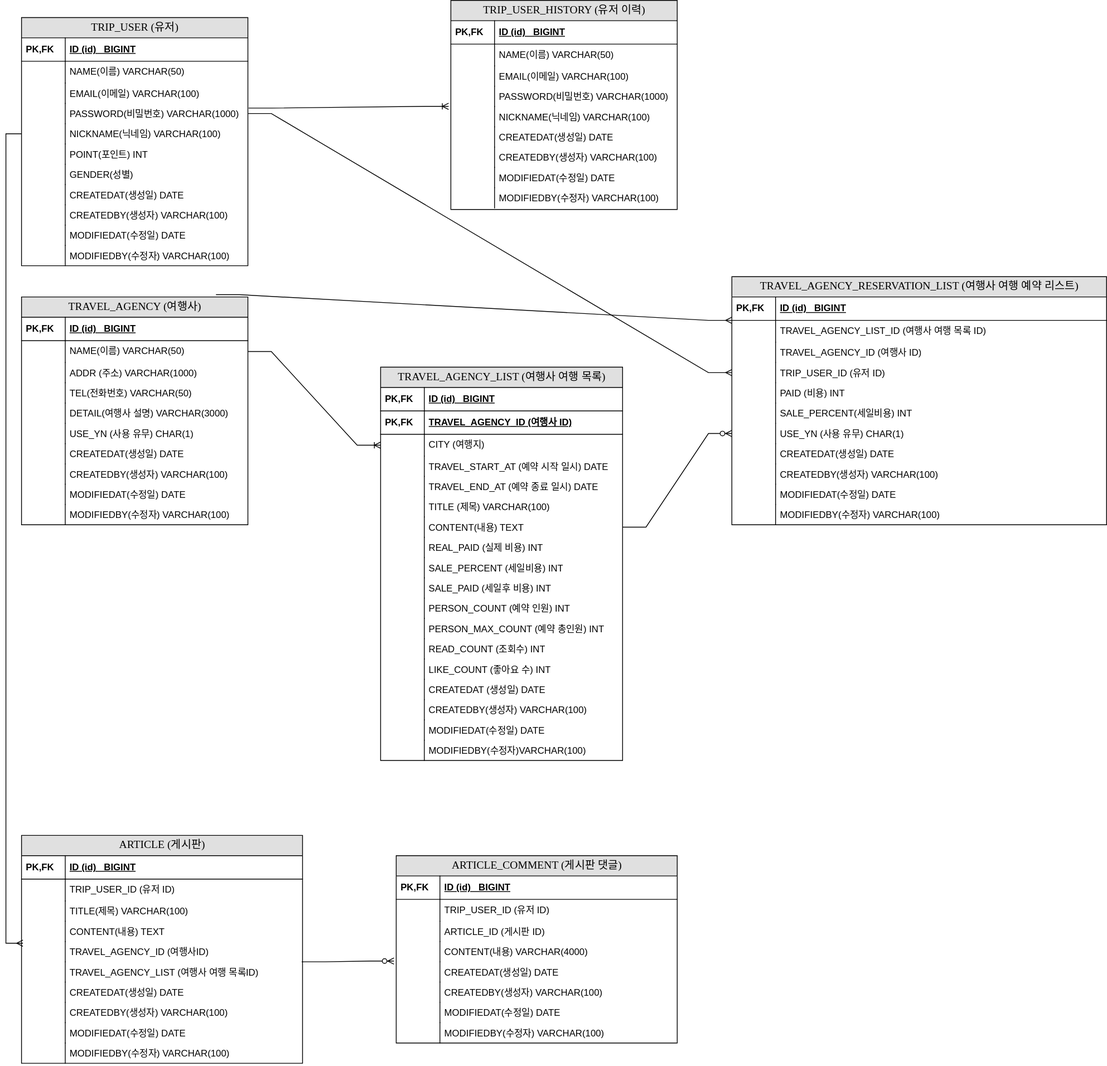
yang-hyunwoo/board-site keeps this draw.io diagram as document/여행 사이트 ERD 다이어그램.drawio.svg. Above is the earlier version. Source tidied: cells renumbered, new cells last; positions are measured from the earlier drawing's top-left corner, leaving out a move shared by most shapes.
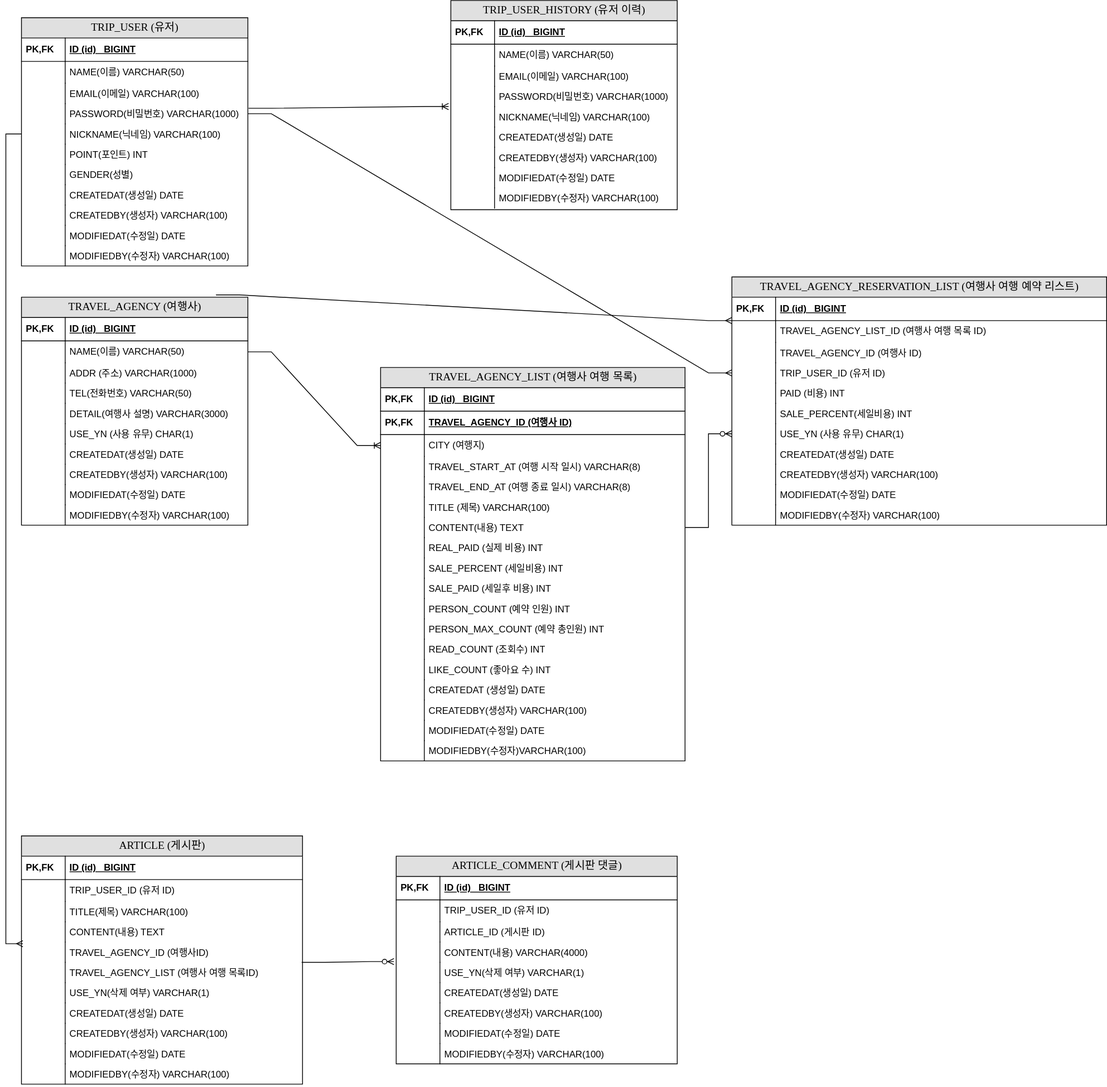
The same diagram one commit later.

Commit message:
여행 사이트 ERD 다이어그램.drawio.svg 업데이트

Change to the diagram source:
```diff
@@ -197,6 +197,6 @@
     <mxCell id="66" value="TRAVEL_AGENCY_LIST (여행사 여행 목록)" style="swimlane;html=1;fontStyle=0;horizontal=1;startSize=26;fillColor=#e0e0e0;swimlaneFillColor=#ffffff;align=center;rounded=0;shadow=0;comic=0;labelBackgroundColor=none;strokeWidth=1;fontFamily=Verdana;fontSize=14;" parent="1" vertex="1">
-      <mxGeometry x="460" y="470" width="310" height="504" as="geometry" />
+      <mxGeometry x="460" y="470" width="390" height="504" as="geometry" />
     </mxCell>
     <mxCell id="67" value="ID (id)&amp;nbsp; &amp;nbsp;BIGINT" style="shape=partialRectangle;top=0;left=0;right=0;bottom=1;html=1;align=left;verticalAlign=middle;fillColor=none;spacingLeft=60;spacingRight=4;whiteSpace=wrap;overflow=hidden;fontStyle=5;" parent="66" vertex="1">
-      <mxGeometry y="26" width="310" height="30" as="geometry" />
+      <mxGeometry y="26" width="390" height="30" as="geometry" />
     </mxCell>
@@ -206,3 +206,3 @@
     <mxCell id="69" value="TRAVEL_AGENCY_ID (여행사 ID)" style="shape=partialRectangle;top=0;left=0;right=0;bottom=1;html=1;align=left;verticalAlign=middle;fillColor=none;spacingLeft=60;spacingRight=4;whiteSpace=wrap;overflow=hidden;fontStyle=5;" parent="66" vertex="1">
-      <mxGeometry y="56" width="310" height="30" as="geometry" />
+      <mxGeometry y="56" width="390" height="30" as="geometry" />
     </mxCell>
@@ -212,3 +212,3 @@
     <mxCell id="71" value="CITY (여행지)" style="shape=partialRectangle;top=0;left=0;right=0;bottom=0;html=1;align=left;verticalAlign=top;fillColor=none;spacingLeft=60;spacingRight=4;whiteSpace=wrap;overflow=hidden;points=[[0,0.5],[1,0.5]];portConstraint=eastwest;" parent="66" vertex="1">
-      <mxGeometry y="86" width="310" height="28" as="geometry" />
+      <mxGeometry y="86" width="390" height="28" as="geometry" />
     </mxCell>
@@ -217,4 +217,4 @@
     </mxCell>
-    <mxCell id="73" value="TRAVEL_START_AT (예약 시작 일시) DATE" style="shape=partialRectangle;top=0;left=0;right=0;bottom=0;html=1;align=left;verticalAlign=top;fillColor=none;spacingLeft=60;spacingRight=4;whiteSpace=wrap;overflow=hidden;" parent="66" vertex="1">
-      <mxGeometry y="114" width="310" height="26" as="geometry" />
+    <mxCell id="73" value="TRAVEL_START_AT (여행 시작 일시) VARCHAR(8)" style="shape=partialRectangle;top=0;left=0;right=0;bottom=0;html=1;align=left;verticalAlign=top;fillColor=none;spacingLeft=60;spacingRight=4;whiteSpace=wrap;overflow=hidden;" parent="66" vertex="1">
+      <mxGeometry y="114" width="390" height="26" as="geometry" />
     </mxCell>
@@ -223,4 +223,4 @@
     </mxCell>
-    <mxCell id="75" value="TRAVEL_END_AT (예약 종료 일시) DATE" style="shape=partialRectangle;top=0;left=0;right=0;bottom=0;html=1;align=left;verticalAlign=top;fillColor=none;spacingLeft=60;spacingRight=4;whiteSpace=wrap;overflow=hidden;" parent="66" vertex="1">
-      <mxGeometry y="140" width="310" height="26" as="geometry" />
+    <mxCell id="75" value="TRAVEL_END_AT (여행 종료 일시) VARCHAR(8)" style="shape=partialRectangle;top=0;left=0;right=0;bottom=0;html=1;align=left;verticalAlign=top;fillColor=none;spacingLeft=60;spacingRight=4;whiteSpace=wrap;overflow=hidden;" parent="66" vertex="1">
+      <mxGeometry y="140" width="390" height="26" as="geometry" />
     </mxCell>
@@ -230,3 +230,3 @@
     <mxCell id="77" value="TITLE (제목) VARCHAR(100)" style="shape=partialRectangle;top=0;left=0;right=0;bottom=0;html=1;align=left;verticalAlign=top;fillColor=none;spacingLeft=60;spacingRight=4;whiteSpace=wrap;overflow=hidden;" parent="66" vertex="1">
-      <mxGeometry y="166" width="310" height="26" as="geometry" />
+      <mxGeometry y="166" width="390" height="26" as="geometry" />
     </mxCell>
@@ -236,3 +236,3 @@
     <mxCell id="79" value="CONTENT(내용) TEXT" style="shape=partialRectangle;top=0;left=0;right=0;bottom=0;html=1;align=left;verticalAlign=top;fillColor=none;spacingLeft=60;spacingRight=4;whiteSpace=wrap;overflow=hidden;points=[[0,0.5],[1,0.5]];portConstraint=eastwest;" parent="66" vertex="1">
-      <mxGeometry y="192" width="310" height="26" as="geometry" />
+      <mxGeometry y="192" width="390" height="26" as="geometry" />
     </mxCell>
@@ -242,3 +242,3 @@
     <mxCell id="81" value="REAL_PAID (실제 비용) INT" style="shape=partialRectangle;top=0;left=0;right=0;bottom=0;html=1;align=left;verticalAlign=top;fillColor=none;spacingLeft=60;spacingRight=4;whiteSpace=wrap;overflow=hidden;" parent="66" vertex="1">
-      <mxGeometry y="218" width="310" height="26" as="geometry" />
+      <mxGeometry y="218" width="390" height="26" as="geometry" />
     </mxCell>
@@ -248,3 +248,3 @@
     <mxCell id="83" value="SALE_PERCENT (세일비용) INT" style="shape=partialRectangle;top=0;left=0;right=0;bottom=0;html=1;align=left;verticalAlign=top;fillColor=none;spacingLeft=60;spacingRight=4;whiteSpace=wrap;overflow=hidden;" parent="66" vertex="1">
-      <mxGeometry y="244" width="310" height="26" as="geometry" />
+      <mxGeometry y="244" width="390" height="26" as="geometry" />
     </mxCell>
@@ -254,3 +254,3 @@
     <mxCell id="85" value="SALE_PAID (세일후 비용) INT" style="shape=partialRectangle;top=0;left=0;right=0;bottom=0;html=1;align=left;verticalAlign=top;fillColor=none;spacingLeft=60;spacingRight=4;whiteSpace=wrap;overflow=hidden;" parent="66" vertex="1">
-      <mxGeometry y="270" width="310" height="26" as="geometry" />
+      <mxGeometry y="270" width="390" height="26" as="geometry" />
     </mxCell>
@@ -260,3 +260,3 @@
     <mxCell id="87" value="PERSON_COUNT (예약 인원) INT" style="shape=partialRectangle;top=0;left=0;right=0;bottom=0;html=1;align=left;verticalAlign=top;fillColor=none;spacingLeft=60;spacingRight=4;whiteSpace=wrap;overflow=hidden;" parent="66" vertex="1">
-      <mxGeometry y="296" width="310" height="26" as="geometry" />
+      <mxGeometry y="296" width="390" height="26" as="geometry" />
     </mxCell>
@@ -266,3 +266,3 @@
     <mxCell id="89" value="PERSON_MAX_COUNT (예약 총인원) INT" style="shape=partialRectangle;top=0;left=0;right=0;bottom=0;html=1;align=left;verticalAlign=top;fillColor=none;spacingLeft=60;spacingRight=4;whiteSpace=wrap;overflow=hidden;" parent="66" vertex="1">
-      <mxGeometry y="322" width="310" height="26" as="geometry" />
+      <mxGeometry y="322" width="390" height="26" as="geometry" />
     </mxCell>
@@ -272,3 +272,3 @@
     <mxCell id="91" value="READ_COUNT (조회수) INT" style="shape=partialRectangle;top=0;left=0;right=0;bottom=0;html=1;align=left;verticalAlign=top;fillColor=none;spacingLeft=60;spacingRight=4;whiteSpace=wrap;overflow=hidden;" parent="66" vertex="1">
-      <mxGeometry y="348" width="310" height="26" as="geometry" />
+      <mxGeometry y="348" width="390" height="26" as="geometry" />
     </mxCell>
@@ -278,3 +278,3 @@
     <mxCell id="93" value="LIKE_COUNT (좋아요 수) INT" style="shape=partialRectangle;top=0;left=0;right=0;bottom=0;html=1;align=left;verticalAlign=top;fillColor=none;spacingLeft=60;spacingRight=4;whiteSpace=wrap;overflow=hidden;" parent="66" vertex="1">
-      <mxGeometry y="374" width="310" height="26" as="geometry" />
+      <mxGeometry y="374" width="390" height="26" as="geometry" />
     </mxCell>
@@ -284,3 +284,3 @@
     <mxCell id="95" value="CREATEDAT (생성일) DATE" style="shape=partialRectangle;top=0;left=0;right=0;bottom=0;html=1;align=left;verticalAlign=top;fillColor=none;spacingLeft=60;spacingRight=4;whiteSpace=wrap;overflow=hidden;" parent="66" vertex="1">
-      <mxGeometry y="400" width="310" height="26" as="geometry" />
+      <mxGeometry y="400" width="390" height="26" as="geometry" />
     </mxCell>
@@ -290,3 +290,3 @@
     <mxCell id="97" value="CREATEDBY(생성자) VARCHAR(100)" style="shape=partialRectangle;top=0;left=0;right=0;bottom=0;html=1;align=left;verticalAlign=top;fillColor=none;spacingLeft=60;spacingRight=4;whiteSpace=wrap;overflow=hidden;" parent="66" vertex="1">
-      <mxGeometry y="426" width="310" height="26" as="geometry" />
+      <mxGeometry y="426" width="390" height="26" as="geometry" />
     </mxCell>
@@ -296,3 +296,3 @@
     <mxCell id="99" value="MODIFIEDAT(수정일) DATE" style="shape=partialRectangle;top=0;left=0;right=0;bottom=0;html=1;align=left;verticalAlign=top;fillColor=none;spacingLeft=60;spacingRight=4;whiteSpace=wrap;overflow=hidden;" parent="66" vertex="1">
-      <mxGeometry y="452" width="310" height="26" as="geometry" />
+      <mxGeometry y="452" width="390" height="26" as="geometry" />
     </mxCell>
@@ -302,3 +302,3 @@
     <mxCell id="101" value="MODIFIEDBY(수정자)VARCHAR(100)" style="shape=partialRectangle;top=0;left=0;right=0;bottom=0;html=1;align=left;verticalAlign=top;fillColor=none;spacingLeft=60;spacingRight=4;whiteSpace=wrap;overflow=hidden;" parent="66" vertex="1">
-      <mxGeometry y="478" width="310" height="26" as="geometry" />
+      <mxGeometry y="478" width="390" height="26" as="geometry" />
     </mxCell>
@@ -383,3 +383,3 @@
     <mxCell id="128" value="ARTICLE (게시판)" style="swimlane;html=1;fontStyle=0;horizontal=1;startSize=26;fillColor=#e0e0e0;swimlaneFillColor=#ffffff;align=center;rounded=0;shadow=0;comic=0;labelBackgroundColor=none;strokeWidth=1;fontFamily=Verdana;fontSize=14;" parent="1" vertex="1">
-      <mxGeometry y="1070" width="360" height="292" as="geometry" />
+      <mxGeometry y="1070" width="360" height="318" as="geometry" />
     </mxCell>
@@ -421,4 +421,10 @@
     </mxCell>
+    <mxCell id="170" value="USE_YN(삭제 여부) VARCHAR(1)" style="shape=partialRectangle;top=0;left=0;right=0;bottom=0;html=1;align=left;verticalAlign=top;fillColor=none;spacingLeft=60;spacingRight=4;whiteSpace=wrap;overflow=hidden;" parent="128" vertex="1">
+      <mxGeometry y="188" width="360" height="26" as="geometry" />
+    </mxCell>
+    <mxCell id="171" style="shape=partialRectangle;top=0;left=0;bottom=0;html=1;fillColor=none;align=left;verticalAlign=top;spacingLeft=4;spacingRight=4;whiteSpace=wrap;overflow=hidden;" parent="170" vertex="1">
+      <mxGeometry width="56" height="26" as="geometry" />
+    </mxCell>
     <mxCell id="141" value="CREATEDAT(생성일) DATE" style="shape=partialRectangle;top=0;left=0;right=0;bottom=0;html=1;align=left;verticalAlign=top;fillColor=none;spacingLeft=60;spacingRight=4;whiteSpace=wrap;overflow=hidden;" parent="128" vertex="1">
-      <mxGeometry y="188" width="360" height="26" as="geometry" />
+      <mxGeometry y="214" width="360" height="26" as="geometry" />
     </mxCell>
@@ -428,3 +434,3 @@
     <mxCell id="143" value="CREATEDBY(생성자) VARCHAR(100)" style="shape=partialRectangle;top=0;left=0;right=0;bottom=0;html=1;align=left;verticalAlign=top;fillColor=none;spacingLeft=60;spacingRight=4;whiteSpace=wrap;overflow=hidden;" parent="128" vertex="1">
-      <mxGeometry y="214" width="360" height="26" as="geometry" />
+      <mxGeometry y="240" width="360" height="26" as="geometry" />
     </mxCell>
@@ -434,3 +440,3 @@
     <mxCell id="145" value="MODIFIEDAT(수정일) DATE" style="shape=partialRectangle;top=0;left=0;right=0;bottom=0;html=1;align=left;verticalAlign=top;fillColor=none;spacingLeft=60;spacingRight=4;whiteSpace=wrap;overflow=hidden;" parent="128" vertex="1">
-      <mxGeometry y="240" width="360" height="26" as="geometry" />
+      <mxGeometry y="266" width="360" height="26" as="geometry" />
     </mxCell>
@@ -440,3 +446,3 @@
     <mxCell id="147" value="MODIFIEDBY(수정자) VARCHAR(100)" style="shape=partialRectangle;top=0;left=0;right=0;bottom=0;html=1;align=left;verticalAlign=top;fillColor=none;spacingLeft=60;spacingRight=4;whiteSpace=wrap;overflow=hidden;" parent="128" vertex="1">
-      <mxGeometry y="266" width="360" height="26" as="geometry" />
+      <mxGeometry y="292" width="360" height="26" as="geometry" />
     </mxCell>
@@ -446,3 +452,3 @@
     <mxCell id="149" value="ARTICLE_COMMENT (게시판 댓글)" style="swimlane;html=1;fontStyle=0;horizontal=1;startSize=26;fillColor=#e0e0e0;swimlaneFillColor=#ffffff;align=center;rounded=0;shadow=0;comic=0;labelBackgroundColor=none;strokeWidth=1;fontFamily=Verdana;fontSize=14;" parent="1" vertex="1">
-      <mxGeometry x="480" y="1096" width="360" height="240" as="geometry" />
+      <mxGeometry x="480" y="1096" width="360" height="266" as="geometry" />
     </mxCell>
@@ -472,3 +478,3 @@
     </mxCell>
-    <mxCell id="158" value="CREATEDAT(생성일) DATE" style="shape=partialRectangle;top=0;left=0;right=0;bottom=0;html=1;align=left;verticalAlign=top;fillColor=none;spacingLeft=60;spacingRight=4;whiteSpace=wrap;overflow=hidden;points=[[0,0.5],[1,0.5]];portConstraint=eastwest;" parent="149" vertex="1">
+    <mxCell id="158" value="USE_YN(삭제 여부) VARCHAR(1)" style="shape=partialRectangle;top=0;left=0;right=0;bottom=0;html=1;align=left;verticalAlign=top;fillColor=none;spacingLeft=60;spacingRight=4;whiteSpace=wrap;overflow=hidden;points=[[0,0.5],[1,0.5]];portConstraint=eastwest;" parent="149" vertex="1">
       <mxGeometry y="136" width="360" height="26" as="geometry" />
@@ -478,4 +484,10 @@
     </mxCell>
+    <mxCell id="172" value="CREATEDAT(생성일) DATE" style="shape=partialRectangle;top=0;left=0;right=0;bottom=0;html=1;align=left;verticalAlign=top;fillColor=none;spacingLeft=60;spacingRight=4;whiteSpace=wrap;overflow=hidden;" parent="149" vertex="1">
+      <mxGeometry y="162" width="360" height="26" as="geometry" />
+    </mxCell>
+    <mxCell id="173" style="shape=partialRectangle;top=0;left=0;bottom=0;html=1;fillColor=none;align=left;verticalAlign=top;spacingLeft=4;spacingRight=4;whiteSpace=wrap;overflow=hidden;" parent="172" vertex="1">
+      <mxGeometry width="56" height="26" as="geometry" />
+    </mxCell>
     <mxCell id="160" value="CREATEDBY(생성자) VARCHAR(100)" style="shape=partialRectangle;top=0;left=0;right=0;bottom=0;html=1;align=left;verticalAlign=top;fillColor=none;spacingLeft=60;spacingRight=4;whiteSpace=wrap;overflow=hidden;" parent="149" vertex="1">
-      <mxGeometry y="162" width="360" height="26" as="geometry" />
+      <mxGeometry y="188" width="360" height="26" as="geometry" />
     </mxCell>
@@ -485,3 +497,3 @@
     <mxCell id="162" value="MODIFIEDAT(수정일) DATE" style="shape=partialRectangle;top=0;left=0;right=0;bottom=0;html=1;align=left;verticalAlign=top;fillColor=none;spacingLeft=60;spacingRight=4;whiteSpace=wrap;overflow=hidden;" parent="149" vertex="1">
-      <mxGeometry y="188" width="360" height="26" as="geometry" />
+      <mxGeometry y="214" width="360" height="26" as="geometry" />
     </mxCell>
@@ -491,3 +503,3 @@
     <mxCell id="164" value="MODIFIEDBY(수정자) VARCHAR(100)" style="shape=partialRectangle;top=0;left=0;right=0;bottom=0;html=1;align=left;verticalAlign=top;fillColor=none;spacingLeft=60;spacingRight=4;whiteSpace=wrap;overflow=hidden;" parent="149" vertex="1">
-      <mxGeometry y="214" width="360" height="26" as="geometry" />
+      <mxGeometry y="240" width="360" height="26" as="geometry" />
     </mxCell>
```
